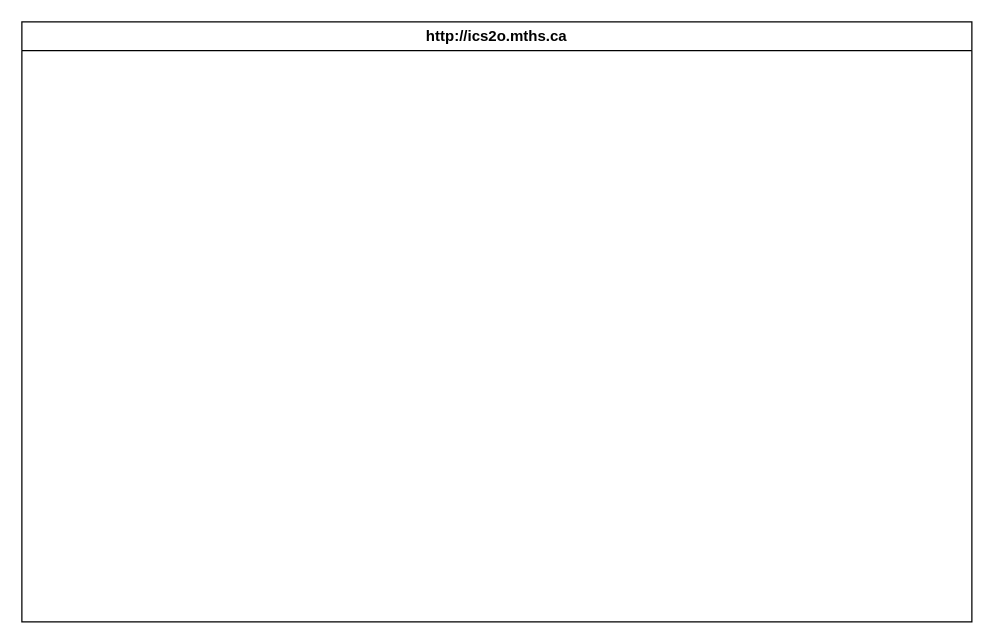
MTHS-ICS2O-2-2022/ICS2O-Unit-6-02-Armatys22 keeps this draw.io diagram as design/storyboard.drawio. Above is the earlier version. Source tidied: cells renumbered, new cells numbered last; positions are measured from the earlier drawing's top-left corner, leaving out a move shared by most shapes. Both pictures are drawn from the tidied source at 125%, with x=0, y=0 at pixel (21, 21).
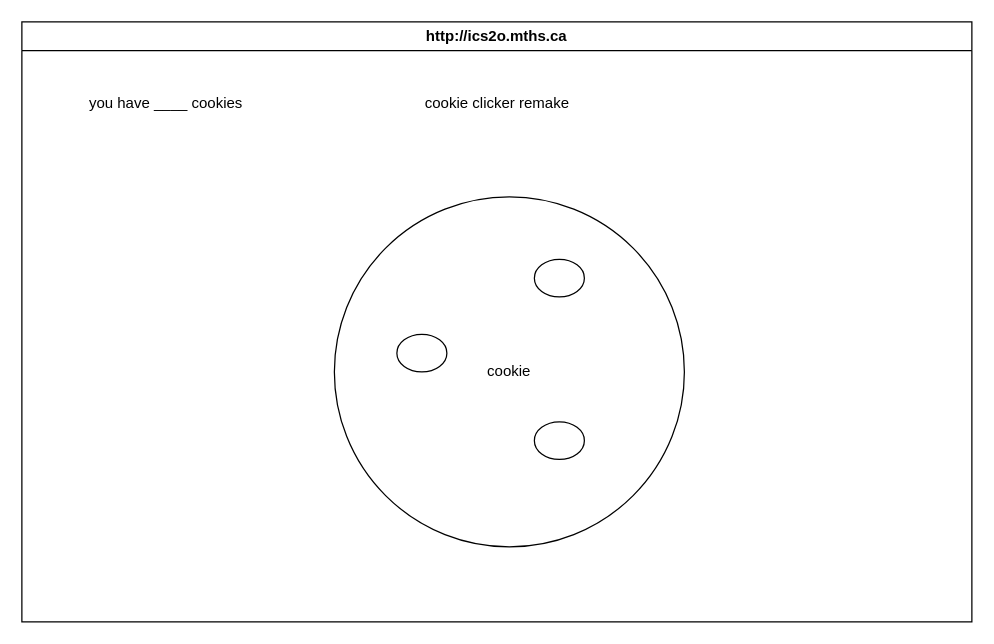
After the change.

Diff of the diagram source:
```diff
@@
 <mxGraphModel>
   <root>
     <mxCell id="0" />
     <mxCell id="1" parent="0" />
     <mxCell id="2" value="http://ics2o.mths.ca" style="swimlane;whiteSpace=wrap;html=1;" parent="1" vertex="1">
       <mxGeometry width="760" height="480" as="geometry" />
     </mxCell>
+    <mxCell id="3" value="cookie" style="ellipse;whiteSpace=wrap;html=1;" parent="2" vertex="1">
+      <mxGeometry x="250" y="140" width="280" height="280" as="geometry" />
+    </mxCell>
+    <mxCell id="4" style="ellipse;whiteSpace=wrap;html=1;" parent="2" vertex="1">
+      <mxGeometry x="410" y="190" width="40" height="30" as="geometry" />
+    </mxCell>
+    <mxCell id="5" style="ellipse;whiteSpace=wrap;html=1;" parent="2" vertex="1">
+      <mxGeometry x="300" y="250" width="40" height="30" as="geometry" />
+    </mxCell>
+    <mxCell id="6" style="ellipse;whiteSpace=wrap;html=1;" parent="2" vertex="1">
+      <mxGeometry x="410" y="320" width="40" height="30" as="geometry" />
+    </mxCell>
+    <mxCell id="7" value="you have ____ cookies" style="text;html=1;align=center;verticalAlign=middle;strokeColor=none;fillColor=none;" parent="2" vertex="1">
+      <mxGeometry x="40" y="50" width="150" height="30" as="geometry" />
+    </mxCell>
+    <mxCell id="8" value="cookie clicker remake" style="text;html=1;align=center;verticalAlign=middle;strokeColor=none;fillColor=none;" parent="2" vertex="1">
+      <mxGeometry x="310" y="50" width="140" height="30" as="geometry" />
+    </mxCell>
   </root>
 </mxGraphModel>
```
